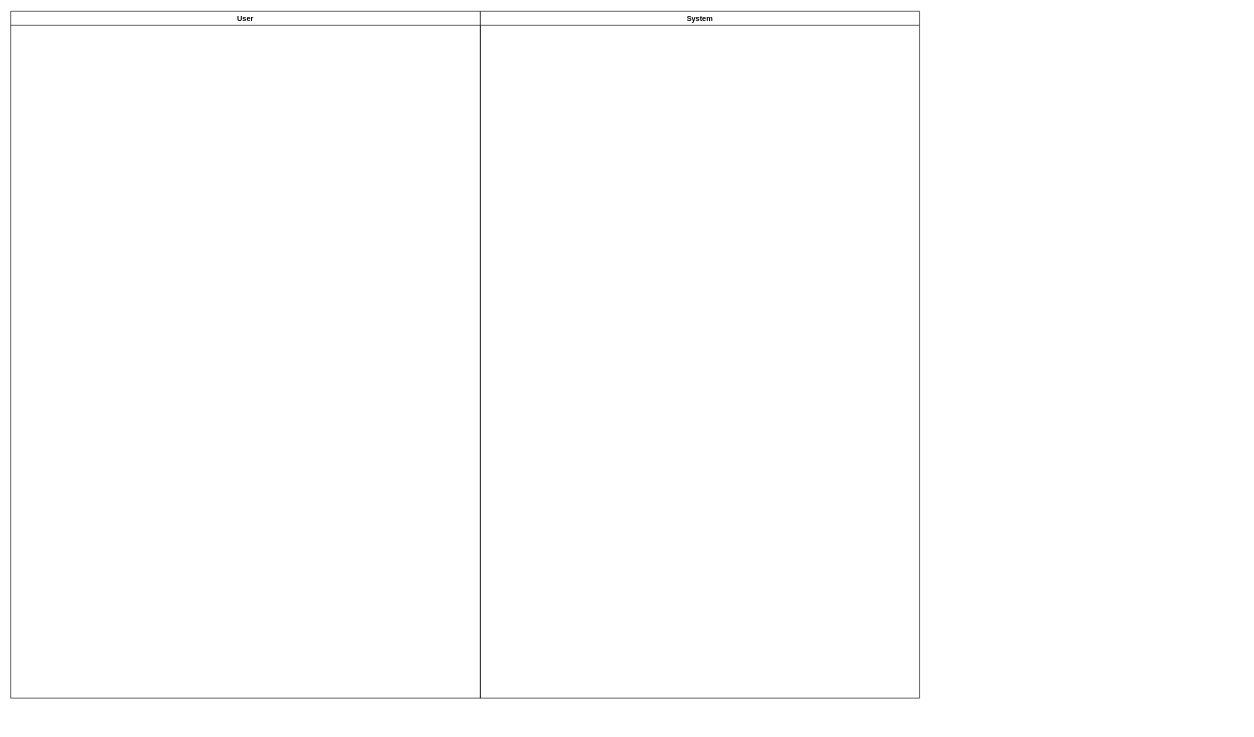
Above: page "第 17 页" (17 of 24) of ActivityDiargm.drawio in pzyllll/Graduation-project-document (draw.io), before the change. Source tidied: cells renumbered, new cells numbered last; positions are measured from the earlier drawing's top-left corner, leaving out a move shared by most shapes. Both pictures are drawn from the tidied source at 61%, with x=0, y=0 at pixel (10, 11).
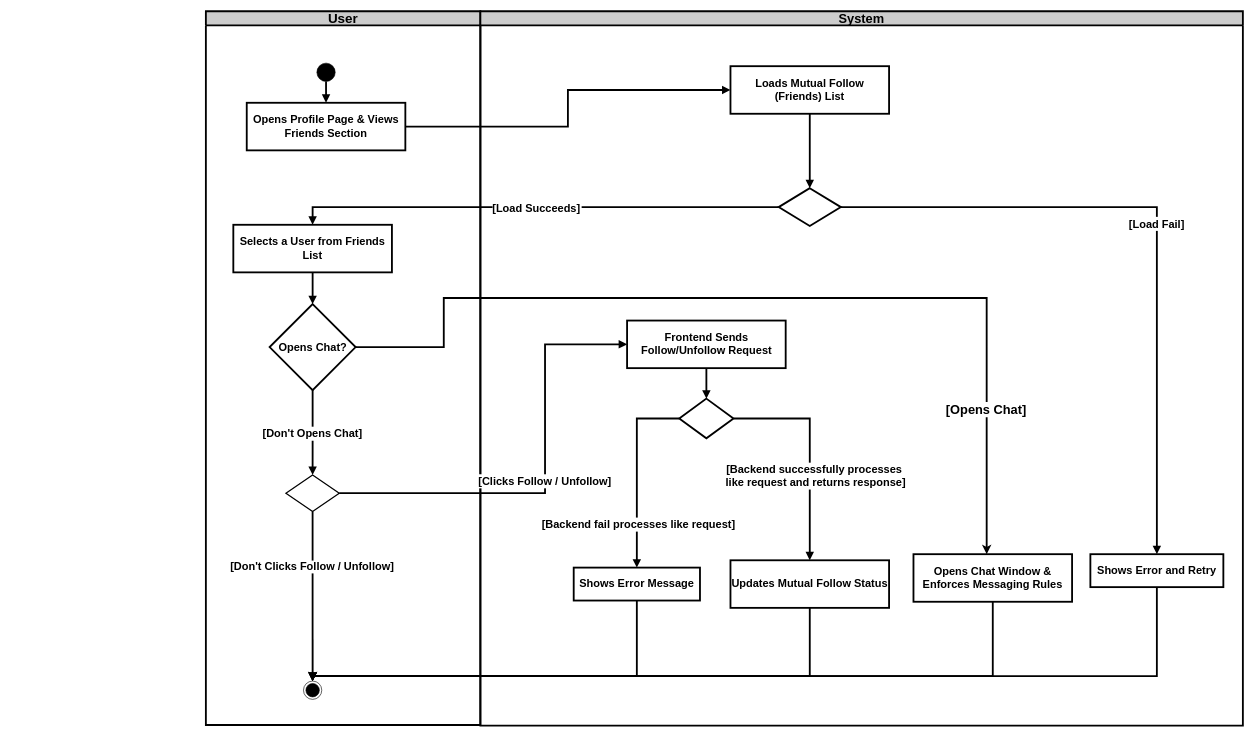
The same page after the edit.

The edit, as a diff of the source:
```diff
@@
-    <mxCell id="2" value="User" style="swimlane;whiteSpace=wrap;html=1;" parent="1" vertex="1">
-      <mxGeometry width="770" height="1126" as="geometry" />
+    <mxCell id="2" value="&lt;font style=&quot;font-size: 22px;&quot;&gt;User&lt;/font&gt;" style="swimlane;whiteSpace=wrap;html=1;fontSize=18;fontStyle=1;strokeWidth=3;fillColor=#CCCCCC;" parent="1" vertex="1">
+      <mxGeometry x="320" width="450" height="1170" as="geometry" />
     </mxCell>
+    <mxCell id="4" value="Opens Profile Page &amp; Views Friends Section" style="whiteSpace=wrap;strokeWidth=3;fontSize=18;fontStyle=1;" parent="2" vertex="1">
+      <mxGeometry x="67" y="150" width="260" height="78" as="geometry" />
+    </mxCell>
+    <mxCell id="5" style="curved=1;startArrow=none;endArrow=block;exitX=0.5;exitY=1;entryX=0.5;entryY=0;rounded=0;fontSize=18;fontStyle=1;strokeWidth=3;" parent="2" edge="1" source="14" target="4">
+      <mxGeometry relative="1" as="geometry" />
+    </mxCell>
+    <mxCell id="6" value="Selects a User from Friends List" style="whiteSpace=wrap;strokeWidth=3;fontSize=18;fontStyle=1;" parent="2" vertex="1">
+      <mxGeometry x="45" y="350" width="260" height="78" as="geometry" />
+    </mxCell>
+    <mxCell id="7" value="Opens Chat?" style="rhombus;strokeWidth=3;whiteSpace=wrap;fontSize=18;fontStyle=1;" parent="2" vertex="1">
+      <mxGeometry x="104.5" y="480" width="141" height="141" as="geometry" />
+    </mxCell>
+    <mxCell id="8" style="edgeStyle=orthogonalEdgeStyle;rounded=0;jettySize=auto;html=1;exitX=0.5;exitY=1;exitDx=0;exitDy=0;entryX=0.5;entryY=0;entryDx=0;entryDy=0;fontSize=18;fontStyle=1;strokeWidth=3;" parent="2" edge="1" source="10" target="13">
+      <mxGeometry relative="1" as="geometry" />
+    </mxCell>
+    <mxCell id="9" value="[Don't Clicks Follow / Unfollow]" style="edgeLabel;html=1;align=center;verticalAlign=middle;fontSize=18;fontStyle=1;" parent="8" vertex="1">
+      <mxGeometry x="-0.35" y="-1" relative="1" as="geometry" />
+    </mxCell>
+    <mxCell id="10" style="rhombus;strokeWidth=2;whiteSpace=wrap;fontSize=18;fontStyle=1;" parent="2" vertex="1">
+      <mxGeometry x="131.2" y="760" width="87.5" height="60" as="geometry" />
+    </mxCell>
+    <mxCell id="11" value="[Don't Opens Chat]" style="startArrow=none;endArrow=block;exitX=0.5;exitY=1;entryX=0.5;entryY=0;rounded=0;exitDx=0;exitDy=0;edgeStyle=orthogonalEdgeStyle;fontSize=18;fontStyle=1;strokeWidth=3;" parent="2" edge="1" source="7" target="10">
+      <mxGeometry relative="1" as="geometry">
+        <Array as="points">
+          <mxPoint x="175" y="720" />
+          <mxPoint x="175" y="720" />
+        </Array>
+      </mxGeometry>
+    </mxCell>
+    <mxCell id="12" style="curved=1;startArrow=none;endArrow=block;exitX=0.5;exitY=1;entryX=0.5;entryY=0;rounded=0;fontSize=18;fontStyle=1;strokeWidth=3;" parent="2" edge="1" source="6" target="7">
+      <mxGeometry relative="1" as="geometry" />
+    </mxCell>
+    <mxCell id="13" style="ellipse;html=1;shape=endState;fillColor=strokeColor;fontSize=18;fontStyle=1;" parent="2" vertex="1">
+      <mxGeometry x="160" y="1098" width="30" height="30" as="geometry" />
+    </mxCell>
+    <mxCell id="14" style="ellipse;fillColor=strokeColor;html=1;" parent="2" vertex="1">
+      <mxGeometry x="182" y="85" width="30" height="30" as="geometry" />
+    </mxCell>
-    <mxCell id="3" value="System" style="swimlane;whiteSpace=wrap;html=1;" parent="1" vertex="1">
-      <mxGeometry x="770" width="720" height="1126" as="geometry" />
+    <mxCell id="3" value="&lt;font style=&quot;font-size: 21px;&quot;&gt;System&lt;/font&gt;" style="swimlane;whiteSpace=wrap;html=1;fontSize=18;fontStyle=1;strokeWidth=3;fillColor=#CCCCCC;" parent="1" vertex="1">
+      <mxGeometry x="770" width="1250" height="1171" as="geometry" />
     </mxCell>
+    <mxCell id="15" value="Loads Mutual Follow (Friends) List" style="whiteSpace=wrap;strokeWidth=3;fontSize=18;fontStyle=1;" parent="3" vertex="1">
+      <mxGeometry x="410" y="90" width="260" height="78" as="geometry" />
+    </mxCell>
+    <mxCell id="16" style="rhombus;strokeWidth=3;whiteSpace=wrap;fontSize=18;fontStyle=1;" parent="3" vertex="1">
+      <mxGeometry x="489" y="290" width="102" height="62" as="geometry" />
+    </mxCell>
+    <mxCell id="17" style="curved=1;startArrow=none;endArrow=block;exitX=0.5;exitY=1;entryX=0.5;entryY=0;rounded=0;fontSize=18;fontStyle=1;strokeWidth=3;" parent="3" edge="1" source="15" target="16">
+      <mxGeometry relative="1" as="geometry">
+        <Array as="points">
+          <mxPoint x="540" y="214" />
+        </Array>
+      </mxGeometry>
+    </mxCell>
+    <mxCell id="18" value="Shows Error and Retry" style="whiteSpace=wrap;strokeWidth=3;fontSize=18;fontStyle=1;" parent="3" vertex="1">
+      <mxGeometry x="1000" y="890" width="218" height="54" as="geometry" />
+    </mxCell>
+    <mxCell id="19" value="Opens Chat Window &amp; Enforces Messaging Rules" style="whiteSpace=wrap;strokeWidth=3;fontSize=18;fontStyle=1;" parent="3" vertex="1">
+      <mxGeometry x="710" y="890" width="260" height="78" as="geometry" />
+    </mxCell>
+    <mxCell id="20" value="Frontend Sends Follow/Unfollow Request" style="whiteSpace=wrap;strokeWidth=3;fontSize=18;fontStyle=1;" parent="3" vertex="1">
+      <mxGeometry x="240.5" y="507" width="260" height="78" as="geometry" />
+    </mxCell>
+    <mxCell id="21" style="rhombus;strokeWidth=3;whiteSpace=wrap;fontSize=18;fontStyle=1;" parent="3" vertex="1">
+      <mxGeometry x="326" y="635" width="89" height="65" as="geometry" />
+    </mxCell>
+    <mxCell id="22" value="Shows Error Message" style="whiteSpace=wrap;strokeWidth=3;fontSize=18;fontStyle=1;" parent="3" vertex="1">
+      <mxGeometry x="153" y="912" width="207" height="54" as="geometry" />
+    </mxCell>
+    <mxCell id="23" value="Updates Mutual Follow Status" style="whiteSpace=wrap;strokeWidth=3;fontSize=18;fontStyle=1;" parent="3" vertex="1">
+      <mxGeometry x="410" y="900" width="260" height="78" as="geometry" />
+    </mxCell>
+    <mxCell id="24" style="curved=1;startArrow=none;endArrow=block;exitX=0.5;exitY=1;entryX=0.5;entryY=0;rounded=0;fontSize=18;fontStyle=1;strokeWidth=3;" parent="3" edge="1" source="20" target="21">
+      <mxGeometry relative="1" as="geometry" />
+    </mxCell>
+    <mxCell id="25" value="[Backend fail processes like request]" style="startArrow=none;endArrow=block;exitX=0;exitY=0.5;entryX=0.5;entryY=0;rounded=0;exitDx=0;exitDy=0;edgeStyle=orthogonalEdgeStyle;fontSize=18;fontStyle=1;strokeWidth=3;" parent="3" edge="1" source="21" target="22">
+      <mxGeometry x="0.54" y="3" relative="1" as="geometry" />
+    </mxCell>
+    <mxCell id="26" value="[Backend successfully processes &#10;like request and returns response]" style="startArrow=none;endArrow=block;exitX=1;exitY=0.5;entryX=0.5;entryY=0;rounded=0;exitDx=0;exitDy=0;edgeStyle=orthogonalEdgeStyle;fontSize=18;fontStyle=1;strokeWidth=3;" parent="3" edge="1" source="21" target="23">
+      <mxGeometry x="0.22" y="10" relative="1" as="geometry" />
+    </mxCell>
+    <mxCell id="27" value="[Load Fail]" style="startArrow=none;endArrow=block;exitX=1;exitY=0.5;entryX=0.5;entryY=0;rounded=0;exitDx=0;exitDy=0;edgeStyle=orthogonalEdgeStyle;fontSize=18;fontStyle=1;strokeWidth=3;" parent="3" edge="1" source="16" target="18">
+      <mxGeometry relative="1" as="geometry" />
+    </mxCell>
+    <mxCell id="28" style="startArrow=none;endArrow=block;exitX=1;exitY=0.5;entryX=0;entryY=0.5;rounded=0;entryDx=0;entryDy=0;exitDx=0;exitDy=0;edgeStyle=orthogonalEdgeStyle;fontSize=18;fontStyle=1;strokeWidth=3;" parent="1" edge="1" source="4" target="15">
+      <mxGeometry relative="1" as="geometry" />
+    </mxCell>
+    <mxCell id="29" style="startArrow=none;endArrow=block;exitX=0.5;exitY=1;entryX=0.5;entryY=0;rounded=0;edgeStyle=orthogonalEdgeStyle;entryDx=0;entryDy=0;fontSize=18;fontStyle=1;strokeWidth=3;" parent="1" edge="1" source="18" target="13">
+      <mxGeometry relative="1" as="geometry">
+        <Array as="points">
+          <mxPoint x="1879" y="1090" />
+          <mxPoint x="495" y="1090" />
+        </Array>
+      </mxGeometry>
+    </mxCell>
+    <mxCell id="30" value="[Load Succeeds]" style="startArrow=none;endArrow=block;exitX=0;exitY=0.5;entryX=0.5;entryY=0;rounded=0;exitDx=0;exitDy=0;entryDx=0;entryDy=0;edgeStyle=orthogonalEdgeStyle;fontSize=18;fontStyle=1;strokeWidth=3;" parent="1" edge="1" source="16" target="6">
+      <mxGeometry relative="1" as="geometry" />
+    </mxCell>
+    <mxCell id="31" style="startArrow=none;endArrow=block;exitX=0.5;exitY=1;entryX=0.5;entryY=0;rounded=0;edgeStyle=orthogonalEdgeStyle;entryDx=0;entryDy=0;fontSize=18;fontStyle=1;strokeWidth=3;" parent="1" edge="1" source="19" target="13">
+      <mxGeometry relative="1" as="geometry">
+        <Array as="points">
+          <mxPoint x="1610" y="1090" />
+          <mxPoint x="495" y="1090" />
+        </Array>
+      </mxGeometry>
+    </mxCell>
+    <mxCell id="32" value="[Clicks Follow / Unfollow]" style="startArrow=none;endArrow=block;exitX=1;exitY=0.5;entryX=0;entryY=0.5;rounded=0;entryDx=0;entryDy=0;exitDx=0;exitDy=0;edgeStyle=orthogonalEdgeStyle;fontSize=18;fontStyle=1;strokeWidth=3;" parent="1" edge="1" source="10" target="20">
+      <mxGeometry relative="1" as="geometry">
+        <Array as="points">
+          <mxPoint x="876" y="790" />
+          <mxPoint x="876" y="546" />
+        </Array>
+      </mxGeometry>
+    </mxCell>
+    <mxCell id="33" style="startArrow=none;endArrow=block;exitX=0.5;exitY=1;entryX=0.5;entryY=0;rounded=0;edgeStyle=orthogonalEdgeStyle;entryDx=0;entryDy=0;fontSize=18;fontStyle=1;strokeWidth=3;" parent="1" edge="1" source="22" target="13">
+      <mxGeometry relative="1" as="geometry">
+        <Array as="points">
+          <mxPoint x="1027" y="1090" />
+          <mxPoint x="495" y="1090" />
+        </Array>
+      </mxGeometry>
+    </mxCell>
+    <mxCell id="34" style="startArrow=none;endArrow=block;exitX=0.5;exitY=1;entryX=0.5;entryY=0;rounded=0;edgeStyle=orthogonalEdgeStyle;entryDx=0;entryDy=0;fontSize=18;fontStyle=1;strokeWidth=3;" parent="1" edge="1" source="23" target="13">
+      <mxGeometry relative="1" as="geometry">
+        <Array as="points">
+          <mxPoint x="1310" y="1090" />
+          <mxPoint x="495" y="1090" />
+        </Array>
+      </mxGeometry>
+    </mxCell>
+    <mxCell id="35" style="edgeStyle=orthogonalEdgeStyle;rounded=0;jettySize=auto;html=1;exitX=1;exitY=0.5;exitDx=0;exitDy=0;fontSize=18;fontStyle=1;strokeWidth=3;" parent="1" edge="1" source="7" target="19">
+      <mxGeometry relative="1" as="geometry">
+        <Array as="points">
+          <mxPoint x="710" y="551" />
+          <mxPoint x="710" y="470" />
+          <mxPoint x="1600" y="470" />
+        </Array>
+      </mxGeometry>
+    </mxCell>
+    <mxCell id="36" value="&lt;font style=&quot;font-size: 21px;&quot;&gt;&lt;b&gt;[Opens Chat]&lt;/b&gt;&lt;/font&gt;" style="edgeLabel;html=1;align=center;verticalAlign=middle;" parent="35" vertex="1">
+      <mxGeometry x="0.69" y="-2" relative="1" as="geometry" />
+    </mxCell>
```
